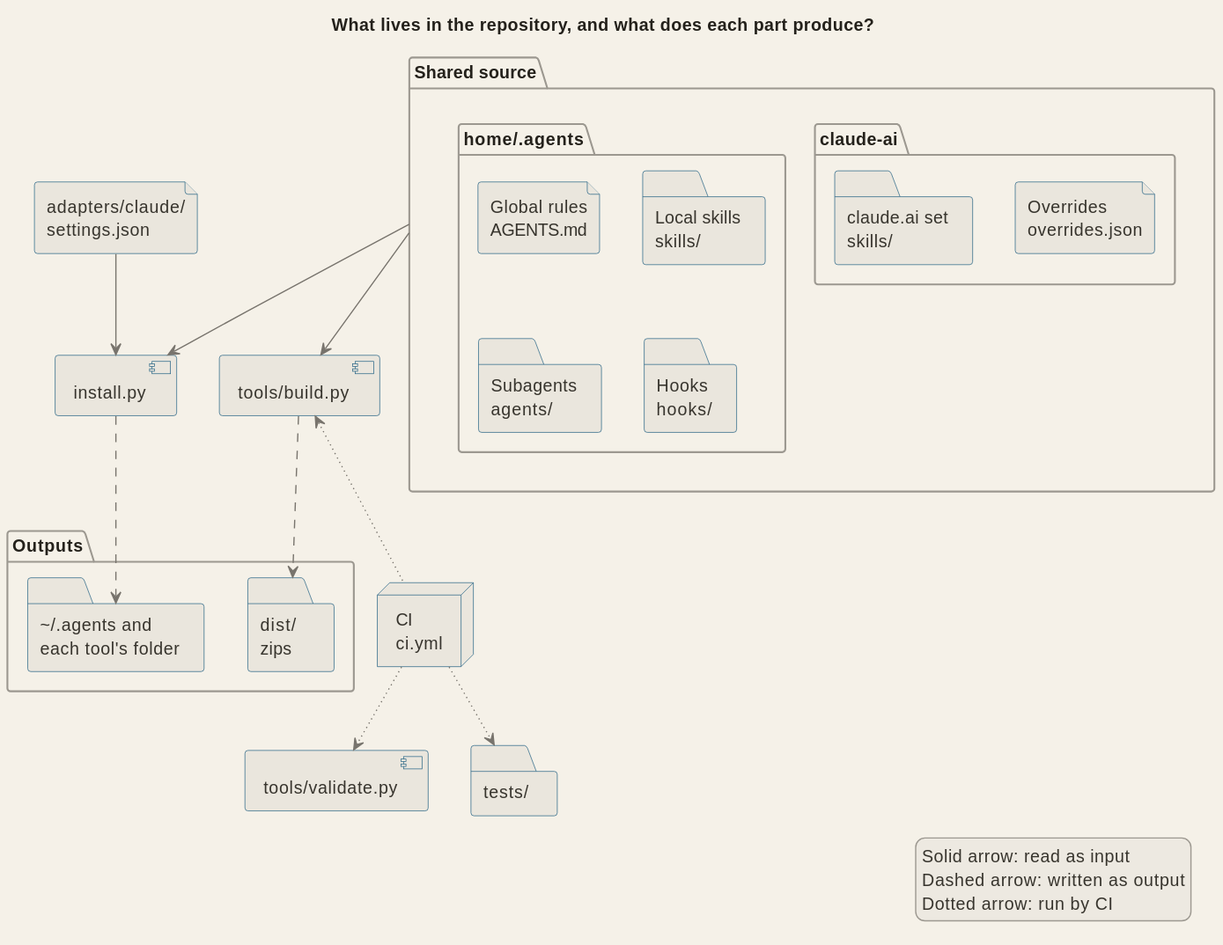
Before: docs/diagrams/arch_parts.svg, a diagram exported from PlantUML (signorenne/dotagents).
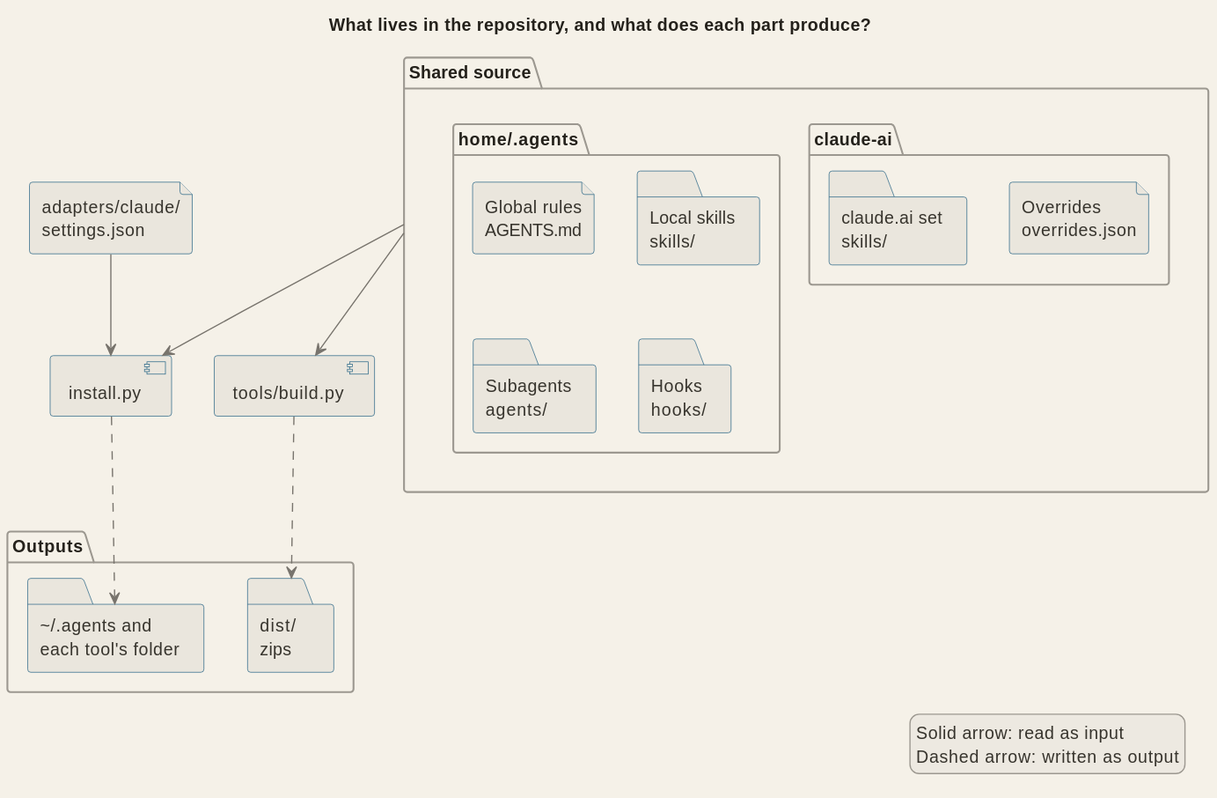
The same file after the commit.

What changed in the source:
```diff
@@ -24,10 +24,6 @@
   folder "dist/\nzips" as dist
 }
 
-node "CI\nci.yml" as ci
-component "tools/validate.py" as validate
-folder "tests/" as tests
-
 adapters --> install
 source --> install
 source --> build
@@ -35,13 +31,8 @@
 install ..> installed
 build ..> dist
 
-ci -[dotted]-> validate
-ci -[dotted]-> tests
-ci -[dotted]up-> build
-
 legend right
   Solid arrow: read as input
   Dashed arrow: written as output
-  Dotted arrow: run by CI
 endlegend
 @enduml
```
